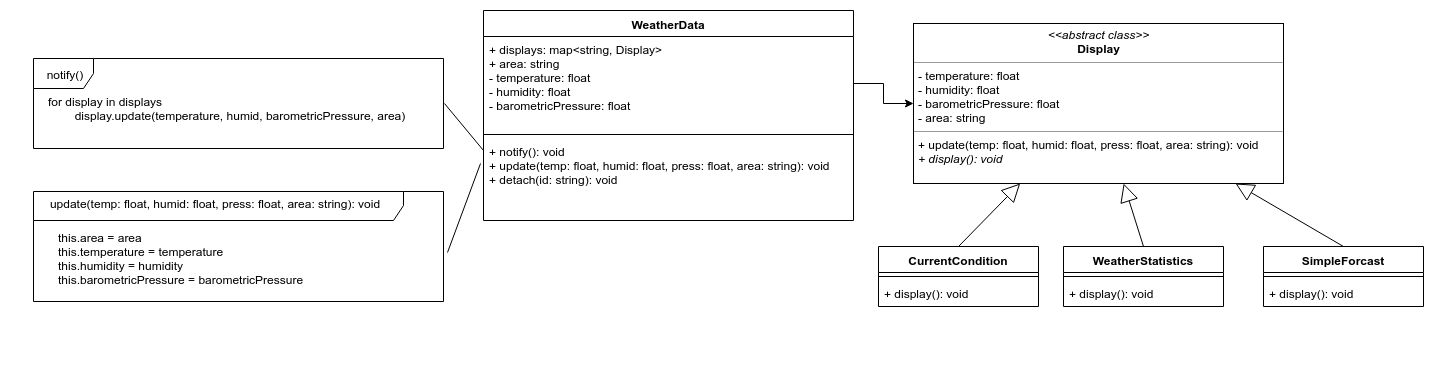
Before: doc/weathreData-Refactor.png, a diagram exported from draw.io (lowerboundtenhours/WeatherMonitoringStationSystem). Source tidied: cells renumbered, new cells last; positions are measured from the earlier drawing's top-left corner, leaving out a move shared by most shapes. Source of this version:
```xml
<mxGraphModel>
  <root>
    <mxCell id="0" />
    <mxCell id="1" parent="0" />
    <mxCell id="2" value="WeatherData&#10;&#10;" style="swimlane;fontStyle=1;align=center;verticalAlign=top;horizontal=1;startSize=26;" parent="1" vertex="1">
      <mxGeometry x="473" width="370" height="210" as="geometry" />
    </mxCell>
    <mxCell id="3" value="+ displays: map&lt;string, Display&gt;&#10;+ area: string&#10;- temperature: float&#10;- humidity: float&#10;- barometricPressure: float" style="text;strokeColor=none;fillColor=none;align=left;verticalAlign=top;spacingLeft=4;spacingRight=4;overflow=hidden;points=[[0,0.5],[1,0.5]];portConstraint=eastwest;" parent="2" vertex="1">
      <mxGeometry y="26" width="370" height="94" as="geometry" />
    </mxCell>
    <mxCell id="4" style="line;strokeWidth=1;fillColor=none;align=left;verticalAlign=middle;spacingTop=-1;spacingLeft=3;spacingRight=3;labelPosition=right;" parent="2" vertex="1">
      <mxGeometry y="120" width="370" height="8" as="geometry" />
    </mxCell>
    <mxCell id="5" value="+ notify(): void&#10;+ update(temp: float, humid: float, press: float, area: string): void&#10;+ detach(id: string): void&#10;" style="text;strokeColor=none;fillColor=none;align=left;verticalAlign=top;spacingLeft=4;spacingRight=4;overflow=hidden;points=[[0,0.5],[1,0.5]];portConstraint=eastwest;" parent="2" vertex="1">
      <mxGeometry y="128" width="370" height="82" as="geometry" />
    </mxCell>
    <mxCell id="6" value="&lt;p style=&quot;margin: 0px ; margin-top: 4px ; text-align: center&quot;&gt;&lt;i&gt;&amp;lt;&amp;lt;abstract class&amp;gt;&amp;gt;&lt;/i&gt;&lt;br&gt;&lt;b&gt;Display&lt;/b&gt;&lt;/p&gt;&lt;hr size=&quot;1&quot;&gt;&lt;p style=&quot;margin: 0px ; margin-left: 4px&quot;&gt;- temperature: float&lt;/p&gt;&lt;p style=&quot;margin: 0px ; margin-left: 4px&quot;&gt;- humidity: float&lt;br&gt;- barometricPressure: float&lt;/p&gt;&lt;p style=&quot;margin: 0px ; margin-left: 4px&quot;&gt;- area: string&lt;/p&gt;&lt;hr size=&quot;1&quot;&gt;&lt;p style=&quot;margin: 0px ; margin-left: 4px&quot;&gt;+ update(temp: float, humid: float, press: float, area: string): void&lt;/p&gt;&lt;p style=&quot;margin: 0px ; margin-left: 4px&quot;&gt;&lt;i&gt;+ display(): void&lt;/i&gt;&lt;/p&gt;&lt;p style=&quot;margin: 0px ; margin-left: 4px&quot;&gt;&lt;br&gt;&lt;/p&gt;" style="verticalAlign=top;align=left;overflow=fill;fontSize=12;fontFamily=Helvetica;html=1;" parent="1" vertex="1">
      <mxGeometry x="903" y="13" width="370" height="160" as="geometry" />
    </mxCell>
    <mxCell id="7" value="CurrentCondition" style="swimlane;fontStyle=1;align=center;verticalAlign=top;horizontal=1;startSize=26;" parent="1" vertex="1">
      <mxGeometry x="868" y="236" width="160" height="60" as="geometry" />
    </mxCell>
    <mxCell id="8" style="line;strokeWidth=1;fillColor=none;align=left;verticalAlign=middle;spacingTop=-1;spacingLeft=3;spacingRight=3;labelPosition=right;" parent="7" vertex="1">
      <mxGeometry y="26" width="160" height="8" as="geometry" />
    </mxCell>
    <mxCell id="9" value="+ display(): void" style="text;strokeColor=none;fillColor=none;align=left;verticalAlign=top;spacingLeft=4;spacingRight=4;overflow=hidden;" parent="7" vertex="1">
      <mxGeometry y="34" width="160" height="26" as="geometry" />
    </mxCell>
    <mxCell id="10" value="WeatherStatistics" style="swimlane;fontStyle=1;align=center;verticalAlign=top;horizontal=1;startSize=26;" parent="1" vertex="1">
      <mxGeometry x="1053" y="236" width="160" height="60" as="geometry" />
    </mxCell>
    <mxCell id="11" style="line;strokeWidth=1;fillColor=none;align=left;verticalAlign=middle;spacingTop=-1;spacingLeft=3;spacingRight=3;labelPosition=right;" parent="10" vertex="1">
      <mxGeometry y="26" width="160" height="8" as="geometry" />
    </mxCell>
    <mxCell id="12" value="+ display(): void" style="text;strokeColor=none;fillColor=none;align=left;verticalAlign=top;spacingLeft=4;spacingRight=4;overflow=hidden;" parent="10" vertex="1">
      <mxGeometry y="34" width="160" height="26" as="geometry" />
    </mxCell>
    <mxCell id="13" value="SimpleForcast" style="swimlane;fontStyle=1;align=center;verticalAlign=top;horizontal=1;startSize=26;" parent="1" vertex="1">
      <mxGeometry x="1253" y="236" width="160" height="60" as="geometry" />
    </mxCell>
    <mxCell id="14" style="line;strokeWidth=1;fillColor=none;align=left;verticalAlign=middle;spacingTop=-1;spacingLeft=3;spacingRight=3;labelPosition=right;" parent="13" vertex="1">
      <mxGeometry y="26" width="160" height="8" as="geometry" />
    </mxCell>
    <mxCell id="15" value="+ display(): void" style="text;strokeColor=none;fillColor=none;align=left;verticalAlign=top;spacingLeft=4;spacingRight=4;overflow=hidden;" parent="13" vertex="1">
      <mxGeometry y="34" width="160" height="26" as="geometry" />
    </mxCell>
    <mxCell id="16" style="endArrow=block;endSize=16;endFill=0;html=1;exitX=0.5;exitY=0;exitDx=0;exitDy=0;" parent="1" edge="1" source="7" target="6">
      <mxGeometry relative="1" as="geometry" />
    </mxCell>
    <mxCell id="17" style="endArrow=block;endSize=16;endFill=0;html=1;exitX=0.5;exitY=0;exitDx=0;exitDy=0;" parent="1" edge="1" source="10" target="6">
      <mxGeometry relative="1" as="geometry" />
    </mxCell>
    <mxCell id="18" style="endArrow=block;endSize=16;endFill=0;html=1;exitX=0.5;exitY=0;exitDx=0;exitDy=0;" parent="1" edge="1" source="13" target="6">
      <mxGeometry relative="1" as="geometry" />
    </mxCell>
    <mxCell id="19" style="edgeStyle=orthogonalEdgeStyle;rounded=0;jettySize=auto;html=1;exitX=1;exitY=0.5;exitDx=0;exitDy=0;" parent="1" edge="1" source="3" target="6">
      <mxGeometry relative="1" as="geometry" />
    </mxCell>
    <mxCell id="20" style="group;" parent="1" vertex="1">
      <mxGeometry x="23" y="48" width="410" height="260" as="geometry" />
    </mxCell>
    <mxCell id="21" value="notify()&lt;br&gt;" style="shape=umlFrame;whiteSpace=wrap;html=1;" parent="20" vertex="1">
      <mxGeometry width="410" height="90" as="geometry" />
    </mxCell>
    <mxCell id="22" value="for display in displays&#10;        display.update(temperature, humid, barometricPressure, area)&#10; &#10;" style="text;align=left;fontStyle=0;verticalAlign=top;spacingLeft=3;spacingRight=3;strokeColor=none;" parent="20" vertex="1">
      <mxGeometry x="10" y="30" width="370" height="48" as="geometry" />
    </mxCell>
    <mxCell id="23" style="group;" parent="20" vertex="1">
      <mxGeometry y="133" width="410" height="170" as="geometry" />
    </mxCell>
    <mxCell id="24" style="group;align=left;" parent="23" vertex="1">
      <mxGeometry width="410" height="170" as="geometry" />
    </mxCell>
    <mxCell id="25" style="shape=umlFrame;whiteSpace=wrap;html=1;width=370;height=29;" parent="24" vertex="1">
      <mxGeometry width="410" height="110" as="geometry" />
    </mxCell>
    <mxCell id="26" value="this.area = area&#10;this.temperature = temperature&#10;this.humidity = humidity&#10;this.barometricPressure = barometricPressure&#10;" style="text;align=left;fontStyle=0;verticalAlign=top;spacingLeft=3;spacingRight=3;strokeColor=none;" parent="24" vertex="1">
      <mxGeometry x="20" y="33" width="370" height="67" as="geometry" />
    </mxCell>
    <mxCell id="27" value="update(temp: float, humid: float, press: float, area: string): void&#10;" style="text;align=center;fontStyle=0;verticalAlign=middle;spacingLeft=3;spacingRight=3;strokeColor=none;" parent="24" vertex="1">
      <mxGeometry x="-23" y="7" width="410" height="26" as="geometry" />
    </mxCell>
    <mxCell id="28" style="endArrow=none;html=1;entryX=-0.009;entryY=0.303;entryDx=0;entryDy=0;entryPerimeter=0;exitX=1.01;exitY=0.555;exitDx=0;exitDy=0;exitPerimeter=0;" parent="1" edge="1" source="25" target="5">
      <mxGeometry relative="1" as="geometry" />
    </mxCell>
    <mxCell id="29" style="endArrow=none;html=1;exitX=1.002;exitY=0.498;exitDx=0;exitDy=0;exitPerimeter=0;" parent="1" edge="1" source="21">
      <mxGeometry relative="1" as="geometry">
        <mxPoint x="473" y="140" as="targetPoint" />
      </mxGeometry>
    </mxCell>
  </root>
</mxGraphModel>
```
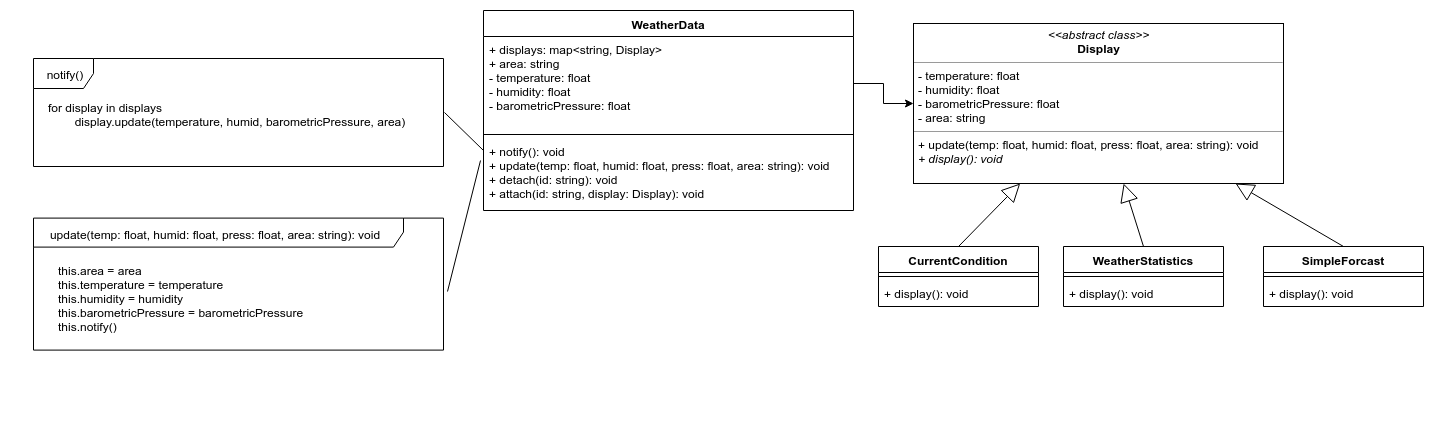
After the commit.

The edit, as a diff of the source:
```diff
@@ -3,7 +3,7 @@
     <mxCell id="0" />
     <mxCell id="1" parent="0" />
     <mxCell id="2" value="WeatherData&#10;&#10;" style="swimlane;fontStyle=1;align=center;verticalAlign=top;horizontal=1;startSize=26;" parent="1" vertex="1">
-      <mxGeometry x="473" width="370" height="210" as="geometry" />
+      <mxGeometry x="473" width="370" height="200" as="geometry" />
     </mxCell>
     <mxCell id="3" value="+ displays: map&lt;string, Display&gt;&#10;+ area: string&#10;- temperature: float&#10;- humidity: float&#10;- barometricPressure: float" style="text;strokeColor=none;fillColor=none;align=left;verticalAlign=top;spacingLeft=4;spacingRight=4;overflow=hidden;points=[[0,0.5],[1,0.5]];portConstraint=eastwest;" parent="2" vertex="1">
       <mxGeometry y="26" width="370" height="94" as="geometry" />
@@ -11,8 +11,8 @@
     <mxCell id="4" style="line;strokeWidth=1;fillColor=none;align=left;verticalAlign=middle;spacingTop=-1;spacingLeft=3;spacingRight=3;labelPosition=right;" parent="2" vertex="1">
       <mxGeometry y="120" width="370" height="8" as="geometry" />
     </mxCell>
-    <mxCell id="5" value="+ notify(): void&#10;+ update(temp: float, humid: float, press: float, area: string): void&#10;+ detach(id: string): void&#10;" style="text;strokeColor=none;fillColor=none;align=left;verticalAlign=top;spacingLeft=4;spacingRight=4;overflow=hidden;points=[[0,0.5],[1,0.5]];portConstraint=eastwest;" parent="2" vertex="1">
-      <mxGeometry y="128" width="370" height="82" as="geometry" />
+    <mxCell id="5" value="+ notify(): void&#10;+ update(temp: float, humid: float, press: float, area: string): void&#10;+ detach(id: string): void&#10;+ attach(id: string, display: Display): void" style="text;strokeColor=none;fillColor=none;align=left;verticalAlign=top;spacingLeft=4;spacingRight=4;overflow=hidden;points=[[0,0.5],[1,0.5]];portConstraint=eastwest;" parent="2" vertex="1">
+      <mxGeometry y="128" width="370" height="72" as="geometry" />
     </mxCell>
     <mxCell id="6" value="&lt;p style=&quot;margin: 0px ; margin-top: 4px ; text-align: center&quot;&gt;&lt;i&gt;&amp;lt;&amp;lt;abstract class&amp;gt;&amp;gt;&lt;/i&gt;&lt;br&gt;&lt;b&gt;Display&lt;/b&gt;&lt;/p&gt;&lt;hr size=&quot;1&quot;&gt;&lt;p style=&quot;margin: 0px ; margin-left: 4px&quot;&gt;- temperature: float&lt;/p&gt;&lt;p style=&quot;margin: 0px ; margin-left: 4px&quot;&gt;- humidity: float&lt;br&gt;- barometricPressure: float&lt;/p&gt;&lt;p style=&quot;margin: 0px ; margin-left: 4px&quot;&gt;- area: string&lt;/p&gt;&lt;hr size=&quot;1&quot;&gt;&lt;p style=&quot;margin: 0px ; margin-left: 4px&quot;&gt;+ update(temp: float, humid: float, press: float, area: string): void&lt;/p&gt;&lt;p style=&quot;margin: 0px ; margin-left: 4px&quot;&gt;&lt;i&gt;+ display(): void&lt;/i&gt;&lt;/p&gt;&lt;p style=&quot;margin: 0px ; margin-left: 4px&quot;&gt;&lt;br&gt;&lt;/p&gt;" style="verticalAlign=top;align=left;overflow=fill;fontSize=12;fontFamily=Helvetica;html=1;" parent="1" vertex="1">
       <mxGeometry x="903" y="13" width="370" height="160" as="geometry" />
@@ -57,28 +57,28 @@
       <mxGeometry relative="1" as="geometry" />
     </mxCell>
     <mxCell id="20" style="group;" parent="1" vertex="1">
-      <mxGeometry x="23" y="48" width="410" height="260" as="geometry" />
+      <mxGeometry x="23" y="48" width="410" height="312" as="geometry" />
     </mxCell>
     <mxCell id="21" value="notify()&lt;br&gt;" style="shape=umlFrame;whiteSpace=wrap;html=1;" parent="20" vertex="1">
-      <mxGeometry width="410" height="90" as="geometry" />
+      <mxGeometry width="410" height="108" as="geometry" />
     </mxCell>
     <mxCell id="22" value="for display in displays&#10;        display.update(temperature, humid, barometricPressure, area)&#10; &#10;" style="text;align=left;fontStyle=0;verticalAlign=top;spacingLeft=3;spacingRight=3;strokeColor=none;" parent="20" vertex="1">
-      <mxGeometry x="10" y="30" width="370" height="48" as="geometry" />
+      <mxGeometry x="10" y="36" width="370" height="57.6" as="geometry" />
     </mxCell>
     <mxCell id="23" style="group;" parent="20" vertex="1">
-      <mxGeometry y="133" width="410" height="170" as="geometry" />
+      <mxGeometry y="159.6" width="410" height="204" as="geometry" />
     </mxCell>
     <mxCell id="24" style="group;align=left;" parent="23" vertex="1">
-      <mxGeometry width="410" height="170" as="geometry" />
+      <mxGeometry width="410" height="204" as="geometry" />
     </mxCell>
     <mxCell id="25" style="shape=umlFrame;whiteSpace=wrap;html=1;width=370;height=29;" parent="24" vertex="1">
-      <mxGeometry width="410" height="110" as="geometry" />
+      <mxGeometry width="410" height="132" as="geometry" />
     </mxCell>
-    <mxCell id="26" value="this.area = area&#10;this.temperature = temperature&#10;this.humidity = humidity&#10;this.barometricPressure = barometricPressure&#10;" style="text;align=left;fontStyle=0;verticalAlign=top;spacingLeft=3;spacingRight=3;strokeColor=none;" parent="24" vertex="1">
-      <mxGeometry x="20" y="33" width="370" height="67" as="geometry" />
+    <mxCell id="26" value="this.area = area&#10;this.temperature = temperature&#10;this.humidity = humidity&#10;this.barometricPressure = barometricPressure&#10;this.notify()" style="text;align=left;fontStyle=0;verticalAlign=top;spacingLeft=3;spacingRight=3;strokeColor=none;" parent="24" vertex="1">
+      <mxGeometry x="20" y="39.6" width="370" height="80.4" as="geometry" />
     </mxCell>
     <mxCell id="27" value="update(temp: float, humid: float, press: float, area: string): void&#10;" style="text;align=center;fontStyle=0;verticalAlign=middle;spacingLeft=3;spacingRight=3;strokeColor=none;" parent="24" vertex="1">
-      <mxGeometry x="-23" y="7" width="410" height="26" as="geometry" />
+      <mxGeometry x="-23" y="8.4" width="410" height="31.2" as="geometry" />
     </mxCell>
     <mxCell id="28" style="endArrow=none;html=1;entryX=-0.009;entryY=0.303;entryDx=0;entryDy=0;entryPerimeter=0;exitX=1.01;exitY=0.555;exitDx=0;exitDy=0;exitPerimeter=0;" parent="1" edge="1" source="25" target="5">
       <mxGeometry relative="1" as="geometry" />
```
